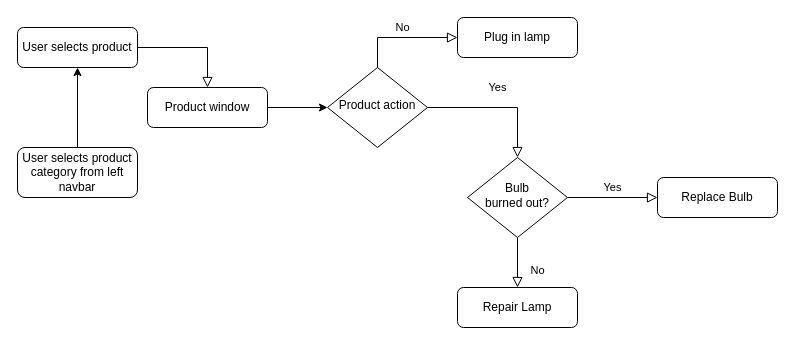
Before: flowchart.drawio in demetriusvissarion/EBag, a draw.io diagram. Source tidied: cells renumbered, new cells numbered last; positions are measured from the earlier drawing's top-left corner, leaving out a move shared by most shapes. Both pictures are drawn from the tidied source at 100%, with x=0, y=0 at pixel (17, 17).
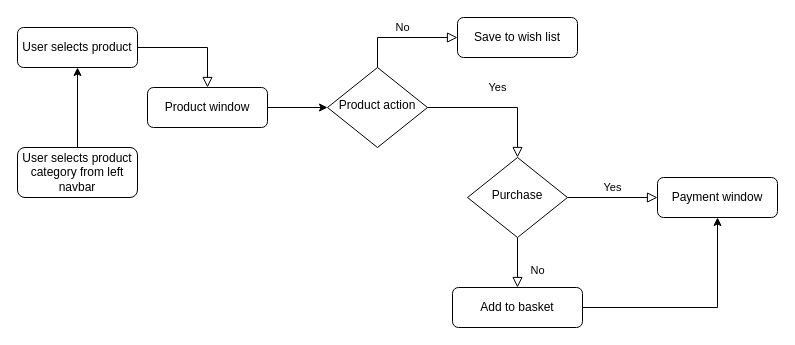
The same page after the edit.

The edit, as a diff of the source:
```diff
@@
 <mxGraphModel>
   <root>
     <mxCell id="0" />
     <mxCell id="1" parent="0" />
     <mxCell id="2" style="rounded=0;html=1;jettySize=auto;fontSize=11;endArrow=block;endFill=0;endSize=8;strokeWidth=1;shadow=0;labelBackgroundColor=none;edgeStyle=orthogonalEdgeStyle;entryX=0.5;entryY=0;entryDx=0;entryDy=0;" parent="1" edge="1" source="3" target="16">
       <mxGeometry relative="1" as="geometry" />
     </mxCell>
     <mxCell id="3" value="User selects product" style="rounded=1;whiteSpace=wrap;html=1;fontSize=12;glass=0;strokeWidth=1;shadow=0;" parent="1" vertex="1">
       <mxGeometry y="10" width="120" height="40" as="geometry" />
     </mxCell>
     <mxCell id="4" value="Yes" style="rounded=0;html=1;jettySize=auto;fontSize=11;endArrow=block;endFill=0;endSize=8;strokeWidth=1;shadow=0;labelBackgroundColor=none;edgeStyle=orthogonalEdgeStyle;" parent="1" edge="1" source="6" target="10">
       <mxGeometry y="20" relative="1" as="geometry" />
     </mxCell>
-    <mxCell id="5" value="No" style="edgeStyle=orthogonalEdgeStyle;rounded=0;html=1;jettySize=auto;fontSize=11;endArrow=block;endFill=0;endSize=8;strokeWidth=1;shadow=0;labelBackgroundColor=none;exitX=0.5;exitY=0;exitDx=0;exitDy=0;entryX=0;entryY=0.5;entryDx=0;entryDy=0;" parent="1" edge="1" source="6" target="7">
+    <mxCell id="5" value="No" style="edgeStyle=orthogonalEdgeStyle;rounded=0;jettySize=auto;fontSize=11;endArrow=block;endFill=0;endSize=8;strokeWidth=1;shadow=0;labelBackgroundColor=none;exitX=0.5;exitY=0;exitDx=0;exitDy=0;entryX=0;entryY=0.5;entryDx=0;entryDy=0;html=1;" parent="1" edge="1" source="6" target="7">
       <mxGeometry y="10" relative="1" as="geometry" />
     </mxCell>
     <mxCell id="6" value="Product action" style="rhombus;whiteSpace=wrap;html=1;shadow=0;fontFamily=Helvetica;fontSize=12;align=center;strokeWidth=1;spacing=6;spacingTop=-4;" parent="1" vertex="1">
       <mxGeometry x="310" y="50" width="100" height="80" as="geometry" />
     </mxCell>
-    <mxCell id="7" value="Plug in lamp" style="rounded=1;whiteSpace=wrap;html=1;fontSize=12;glass=0;strokeWidth=1;shadow=0;" parent="1" vertex="1">
+    <mxCell id="7" value="Save to wish list" style="rounded=1;whiteSpace=wrap;html=1;fontSize=12;glass=0;strokeWidth=1;shadow=0;" parent="1" vertex="1">
       <mxGeometry x="440" width="120" height="40" as="geometry" />
     </mxCell>
     <mxCell id="8" value="No" style="rounded=0;html=1;jettySize=auto;fontSize=11;endArrow=block;endFill=0;endSize=8;strokeWidth=1;shadow=0;labelBackgroundColor=none;edgeStyle=orthogonalEdgeStyle;" parent="1" edge="1" source="10" target="11">
       <mxGeometry x="0.33" y="20" relative="1" as="geometry" />
     </mxCell>
     <mxCell id="9" value="Yes" style="edgeStyle=orthogonalEdgeStyle;rounded=0;html=1;jettySize=auto;fontSize=11;endArrow=block;endFill=0;endSize=8;strokeWidth=1;shadow=0;labelBackgroundColor=none;" parent="1" edge="1" source="10" target="12">
       <mxGeometry y="10" relative="1" as="geometry" />
     </mxCell>
-    <mxCell id="10" value="Bulb&lt;br&gt;burned out?" style="rhombus;whiteSpace=wrap;html=1;shadow=0;fontFamily=Helvetica;fontSize=12;align=center;strokeWidth=1;spacing=6;spacingTop=-4;" parent="1" vertex="1">
+    <mxCell id="10" value="Purchase" style="rhombus;whiteSpace=wrap;html=1;shadow=0;fontFamily=Helvetica;fontSize=12;align=center;strokeWidth=1;spacing=6;spacingTop=-4;" parent="1" vertex="1">
       <mxGeometry x="450" y="140" width="100" height="80" as="geometry" />
     </mxCell>
+    <mxCell id="17" style="edgeStyle=orthogonalEdgeStyle;rounded=0;jettySize=auto;html=1;entryX=0.5;entryY=1;entryDx=0;entryDy=0;" parent="1" edge="1" source="11" target="12">
+      <mxGeometry relative="1" as="geometry" />
+    </mxCell>
-    <mxCell id="11" value="Repair Lamp" style="rounded=1;whiteSpace=wrap;html=1;fontSize=12;glass=0;strokeWidth=1;shadow=0;" parent="1" vertex="1">
-      <mxGeometry x="440" y="270" width="120" height="40" as="geometry" />
+    <mxCell id="11" value="Add to basket" style="rounded=1;whiteSpace=wrap;html=1;fontSize=12;glass=0;strokeWidth=1;shadow=0;" parent="1" vertex="1">
+      <mxGeometry x="435" y="270" width="130" height="40" as="geometry" />
     </mxCell>
-    <mxCell id="12" value="Replace Bulb" style="rounded=1;whiteSpace=wrap;html=1;fontSize=12;glass=0;strokeWidth=1;shadow=0;" parent="1" vertex="1">
+    <mxCell id="12" value="Payment window" style="rounded=1;whiteSpace=wrap;html=1;fontSize=12;glass=0;strokeWidth=1;shadow=0;" parent="1" vertex="1">
       <mxGeometry x="640" y="160" width="120" height="40" as="geometry" />
     </mxCell>
     <mxCell id="13" style="edgeStyle=orthogonalEdgeStyle;rounded=0;jettySize=auto;html=1;exitX=0.5;exitY=0;exitDx=0;exitDy=0;entryX=0.5;entryY=1;entryDx=0;entryDy=0;" parent="1" edge="1" source="14" target="3">
       <mxGeometry relative="1" as="geometry" />
     </mxCell>
     <mxCell id="14" value="User selects product category from left navbar" style="rounded=1;whiteSpace=wrap;html=1;fontSize=12;glass=0;strokeWidth=1;shadow=0;" parent="1" vertex="1">
       <mxGeometry y="130" width="120" height="50" as="geometry" />
     </mxCell>
     <mxCell id="15" style="edgeStyle=orthogonalEdgeStyle;rounded=0;jettySize=auto;html=1;" parent="1" edge="1" source="16" target="6">
       <mxGeometry relative="1" as="geometry" />
     </mxCell>
     <mxCell id="16" value="Product window" style="rounded=1;whiteSpace=wrap;html=1;fontSize=12;glass=0;strokeWidth=1;shadow=0;" parent="1" vertex="1">
       <mxGeometry x="130" y="70" width="120" height="40" as="geometry" />
     </mxCell>
   </root>
 </mxGraphModel>
```
